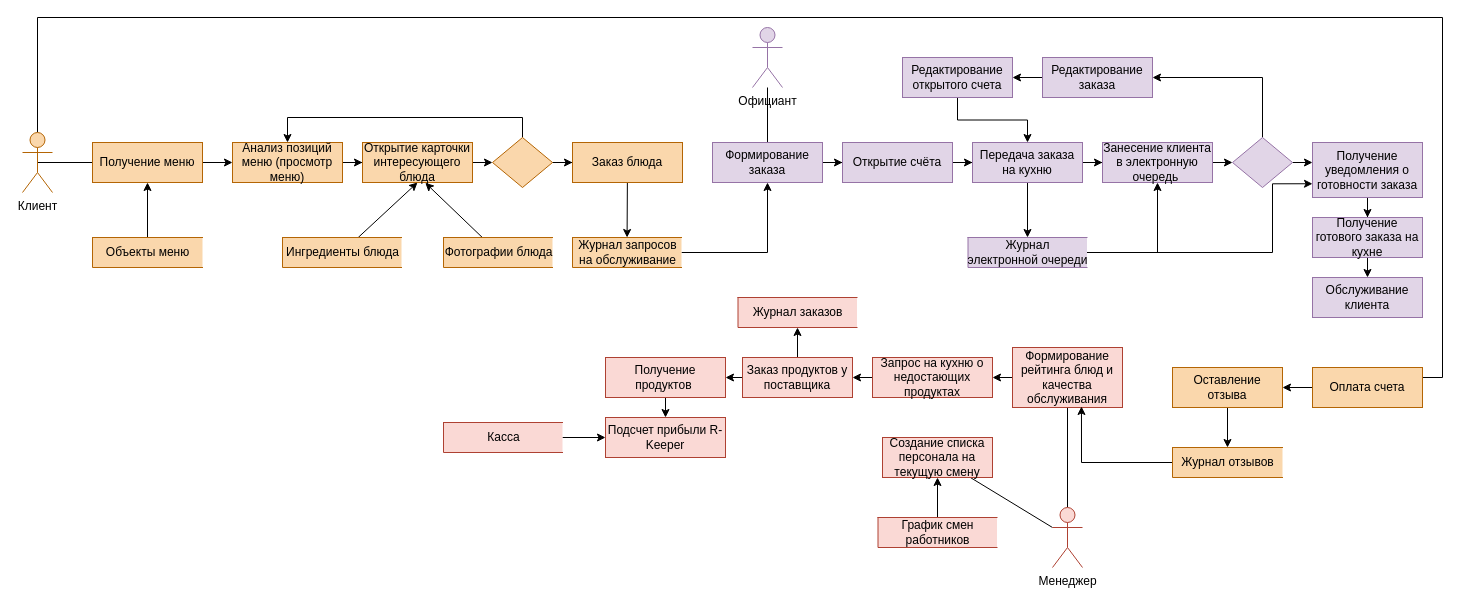
This is DFD-diagram.drawio from maria-kuchina262002/mypracticework, a draw.io file, before an edit. Source tidied: cells renumbered, new cells numbered last; positions are measured from the earlier drawing's top-left corner, leaving out a move shared by most shapes. Both pictures are drawn from the tidied source at 100%, with x=0, y=0 at pixel (22, 17).
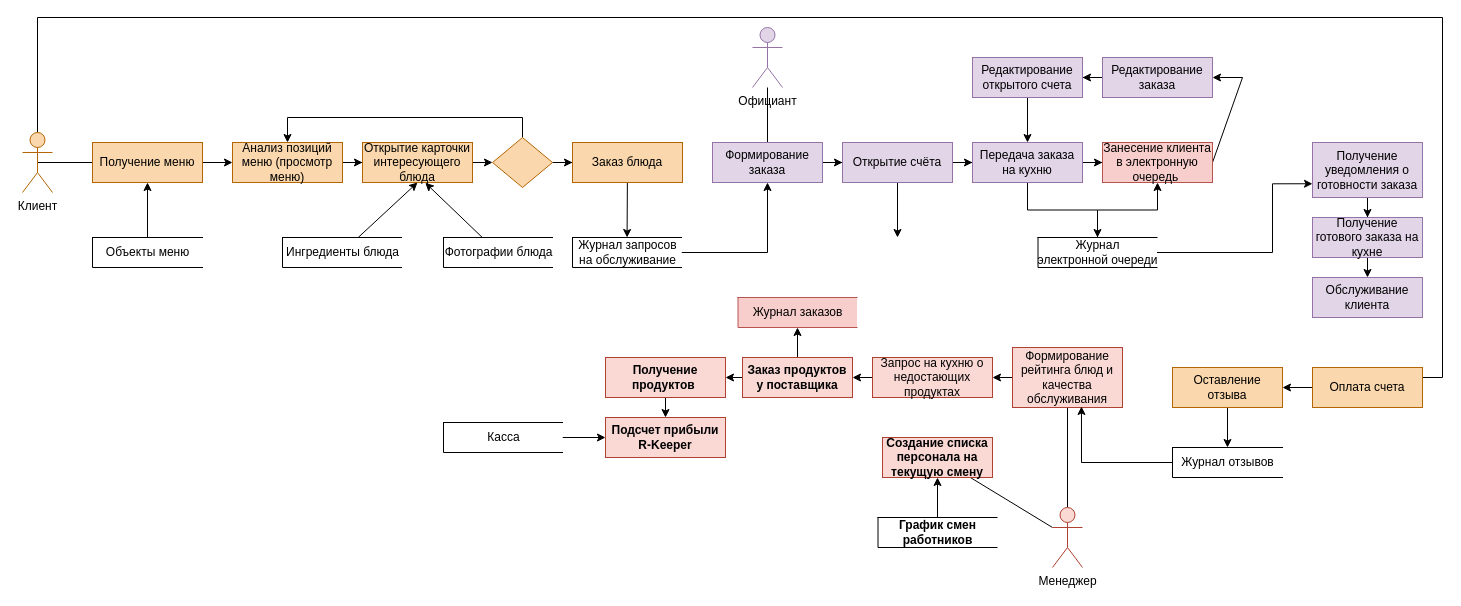
Above is the later version.

The change refers to these unchanged cells:
```xml
<mxCell id="21" value="Открытие счёта" style="rounded=0;whiteSpace=wrap;html=1;fillColor=#e1d5e7;strokeColor=#9673a6;" parent="1" vertex="1">
  <mxGeometry x="820" y="125" width="110" height="40" as="geometry" />
</mxCell>
```

The edit, as a diff of the source:
```diff
@@
+    <mxCell id="76" style="edgeStyle=orthogonalEdgeStyle;rounded=0;jettySize=auto;html=1;" parent="1" edge="1" source="21">
+      <mxGeometry relative="1" as="geometry">
+        <mxPoint x="875" y="220" as="targetPoint" />
+      </mxGeometry>
+    </mxCell>
@@
-    <mxCell id="25" style="edgeStyle=none;rounded=0;jettySize=auto;html=1;exitX=1;exitY=0.5;exitDx=0;exitDy=0;entryX=0;entryY=0.5;entryDx=0;entryDy=0;endArrow=classic;endFill=1;strokeColor=default;" parent="1" edge="1" source="26" target="29">
-      <mxGeometry relative="1" as="geometry" />
+    <mxCell id="25" style="edgeStyle=none;rounded=0;jettySize=auto;html=1;exitX=1;exitY=0.5;exitDx=0;exitDy=0;endArrow=classic;endFill=1;strokeColor=default;" parent="1" edge="1" source="26" target="33">
+      <mxGeometry relative="1" as="geometry">
+        <Array as="points">
+          <mxPoint x="1220" y="60" />
+        </Array>
+      </mxGeometry>
     </mxCell>
-    <mxCell id="26" value="Занесение клиента в электронную очередь&amp;nbsp;" style="rounded=0;whiteSpace=wrap;html=1;fillColor=#e1d5e7;strokeColor=#9673a6;" parent="1" vertex="1">
+    <mxCell id="26" value="Занесение клиента в электронную очередь&amp;nbsp;" style="rounded=0;whiteSpace=wrap;html=1;fillColor=#f8cecc;strokeColor=#b85450;" parent="1" vertex="1">
       <mxGeometry x="1080" y="125" width="110" height="40" as="geometry" />
     </mxCell>
-    <mxCell id="27" style="edgeStyle=none;rounded=0;jettySize=auto;html=1;exitX=1;exitY=0.5;exitDx=0;exitDy=0;endArrow=classic;endFill=1;strokeColor=default;" parent="1" edge="1" source="29">
-      <mxGeometry relative="1" as="geometry">
-        <mxPoint x="1290" y="145" as="targetPoint" />
-      </mxGeometry>
-    </mxCell>
-    <mxCell id="28" style="edgeStyle=orthogonalEdgeStyle;rounded=0;jettySize=auto;html=1;entryX=1;entryY=0.5;entryDx=0;entryDy=0;endArrow=classic;endFill=1;strokeColor=default;" parent="1" edge="1" target="33">
-      <mxGeometry relative="1" as="geometry">
-        <mxPoint x="1240" y="120" as="sourcePoint" />
-        <Array as="points">
-          <mxPoint x="1240" y="60" />
-        </Array>
-      </mxGeometry>
-    </mxCell>
-    <mxCell id="29" style="rhombus;whiteSpace=wrap;html=1;rounded=0;fillColor=#e1d5e7;strokeColor=#9673a6;" parent="1" vertex="1">
-      <mxGeometry x="1210" y="120" width="60" height="50" as="geometry" />
-    </mxCell>
@@
     <mxCell id="33" value="Редактирование заказа" style="rounded=0;whiteSpace=wrap;html=1;fillColor=#e1d5e7;strokeColor=#9673a6;" parent="1" vertex="1">
-      <mxGeometry x="1020" y="40" width="110" height="40" as="geometry" />
+      <mxGeometry x="1080" y="40" width="110" height="40" as="geometry" />
     </mxCell>
@@
     <mxCell id="35" value="Редактирование открытого счета" style="rounded=0;whiteSpace=wrap;html=1;fillColor=#e1d5e7;strokeColor=#9673a6;" parent="1" vertex="1">
-      <mxGeometry x="880" y="40" width="110" height="40" as="geometry" />
+      <mxGeometry x="950" y="40" width="110" height="40" as="geometry" />
     </mxCell>
@@
-    <mxCell id="46" value="Создание списка персонала на текущую смену" style="rounded=0;whiteSpace=wrap;html=1;fillColor=#fad9d5;strokeColor=#ae4132;" parent="1" vertex="1">
+    <mxCell id="46" value="Создание списка персонала на текущую смену" style="rounded=0;whiteSpace=wrap;html=1;fillColor=#fad9d5;strokeColor=#ae4132;fontStyle=1;" parent="1" vertex="1">
       <mxGeometry x="860" y="420" width="110" height="40" as="geometry" />
     </mxCell>
@@
-    <mxCell id="49" value="Заказ продуктов у поставщика" style="rounded=0;whiteSpace=wrap;html=1;fillColor=#fad9d5;strokeColor=#ae4132;" parent="1" vertex="1">
+    <mxCell id="49" value="Заказ продуктов у поставщика" style="rounded=0;whiteSpace=wrap;html=1;fillColor=#fad9d5;strokeColor=#ae4132;fontStyle=1;" parent="1" vertex="1">
       <mxGeometry x="720" y="340" width="110" height="40" as="geometry" />
     </mxCell>
@@
-    <mxCell id="55" value="Получение продуктов&amp;nbsp;" style="rounded=0;whiteSpace=wrap;html=1;fillColor=#fad9d5;strokeColor=#ae4132;" parent="1" vertex="1">
+    <mxCell id="55" value="Получение продуктов&amp;nbsp;" style="rounded=0;whiteSpace=wrap;html=1;fillColor=#fad9d5;strokeColor=#ae4132;fontStyle=1;" parent="1" vertex="1">
       <mxGeometry x="583" y="340" width="120" height="40" as="geometry" />
     </mxCell>
-    <mxCell id="56" value="Подсчет прибыли R-Keeper" style="rounded=0;whiteSpace=wrap;html=1;fillColor=#fad9d5;strokeColor=#ae4132;" parent="1" vertex="1">
+    <mxCell id="56" value="Подсчет прибыли R-Keeper" style="rounded=0;whiteSpace=wrap;html=1;fillColor=#fad9d5;strokeColor=#ae4132;fontStyle=1;" parent="1" vertex="1">
       <mxGeometry x="583" y="400" width="120" height="40" as="geometry" />
     </mxCell>
@@
-    <mxCell id="58" value="Объекты меню" style="html=1;dashed=0;whitespace=wrap;shape=partialRectangle;right=0;fillColor=#fad7ac;strokeColor=#b46504;" parent="1" vertex="1">
+    <mxCell id="58" value="Объекты меню" style="html=1;dashed=0;whitespace=wrap;shape=partialRectangle;right=0;" parent="1" vertex="1">
       <mxGeometry x="70" y="220" width="110" height="30" as="geometry" />
     </mxCell>
@@
-    <mxCell id="60" value="Ингредиенты блюда" style="html=1;dashed=0;whitespace=wrap;shape=partialRectangle;right=0;fillColor=#fad7ac;strokeColor=#b46504;" parent="1" vertex="1">
+    <mxCell id="60" value="Ингредиенты блюда" style="html=1;dashed=0;whitespace=wrap;shape=partialRectangle;right=0;" parent="1" vertex="1">
       <mxGeometry x="260" y="220" width="119" height="30" as="geometry" />
     </mxCell>
@@
-    <mxCell id="62" value="Фотографии блюда" style="html=1;dashed=0;whitespace=wrap;shape=partialRectangle;right=0;fillColor=#fad7ac;strokeColor=#b46504;" parent="1" vertex="1">
+    <mxCell id="62" value="Фотографии блюда" style="html=1;dashed=0;whitespace=wrap;shape=partialRectangle;right=0;" parent="1" vertex="1">
       <mxGeometry x="421" y="220" width="109" height="30" as="geometry" />
     </mxCell>
@@
-    <mxCell id="64" value="Журнал запросов&lt;br&gt;на обслуживание" style="html=1;dashed=0;whitespace=wrap;shape=partialRectangle;right=0;fillColor=#fad7ac;strokeColor=#b46504;" parent="1" vertex="1">
+    <mxCell id="64" value="Журнал запросов&lt;br&gt;на обслуживание" style="html=1;dashed=0;whitespace=wrap;shape=partialRectangle;right=0;" parent="1" vertex="1">
       <mxGeometry x="550" y="220" width="109" height="30" as="geometry" />
     </mxCell>
@@
-    <mxCell id="68" value="Журнал &lt;br&gt;электронной очереди" style="html=1;dashed=0;whitespace=wrap;shape=partialRectangle;right=0;fillColor=#e1d5e7;strokeColor=#9673a6;" parent="1" vertex="1">
-      <mxGeometry x="945.5" y="220" width="119" height="30" as="geometry" />
+    <mxCell id="68" value="Журнал &lt;br&gt;электронной очереди" style="html=1;dashed=0;whitespace=wrap;shape=partialRectangle;right=0;" parent="1" vertex="1">
+      <mxGeometry x="1015.5" y="220" width="119" height="30" as="geometry" />
     </mxCell>
@@
-    <mxCell id="70" value="Журнал отзывов" style="html=1;dashed=0;whitespace=wrap;shape=partialRectangle;right=0;fillColor=#fad7ac;strokeColor=#b46504;" parent="1" vertex="1">
+    <mxCell id="70" value="Журнал отзывов" style="html=1;dashed=0;whitespace=wrap;shape=partialRectangle;right=0;" parent="1" vertex="1">
       <mxGeometry x="1150" y="430" width="110" height="30" as="geometry" />
     </mxCell>
@@
-    <mxCell id="72" value="График смен &lt;br&gt;работников" style="html=1;dashed=0;whitespace=wrap;shape=partialRectangle;right=0;fillColor=#fad9d5;strokeColor=#ae4132;" parent="1" vertex="1">
+    <mxCell id="72" value="График смен &lt;br&gt;работников" style="html=1;dashed=0;whitespace=wrap;shape=partialRectangle;right=0;fontStyle=1;" parent="1" vertex="1">
       <mxGeometry x="855.5" y="500" width="119" height="30" as="geometry" />
     </mxCell>
-    <mxCell id="73" value="Журнал заказов" style="html=1;dashed=0;whitespace=wrap;shape=partialRectangle;right=0;fillColor=#fad9d5;strokeColor=#ae4132;" parent="1" vertex="1">
+    <mxCell id="73" value="Журнал заказов" style="html=1;dashed=0;whitespace=wrap;shape=partialRectangle;right=0;fillColor=#f8cecc;strokeColor=#b85450;" parent="1" vertex="1">
       <mxGeometry x="715.5" y="280" width="119" height="30" as="geometry" />
     </mxCell>
@@
-    <mxCell id="75" value="Касса" style="html=1;dashed=0;whitespace=wrap;shape=partialRectangle;right=0;fillColor=#fad9d5;strokeColor=#ae4132;" parent="1" vertex="1">
+    <mxCell id="75" value="Касса" style="html=1;dashed=0;whitespace=wrap;shape=partialRectangle;right=0;" parent="1" vertex="1">
       <mxGeometry x="421" y="405" width="119" height="30" as="geometry" />
     </mxCell>
```
